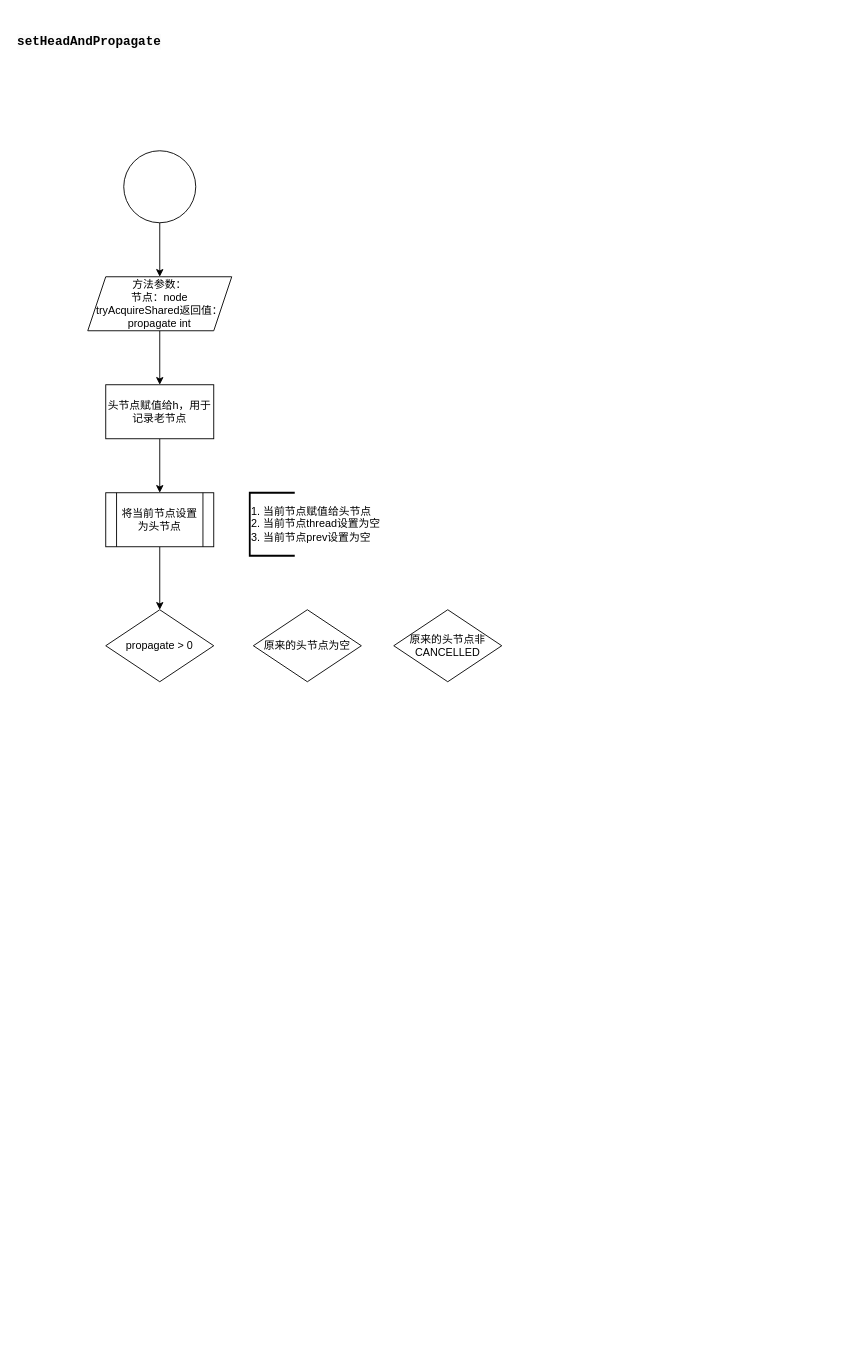
This is page "setHeadAndPropagate" (5 of 10) of src/drawio/aqs/aqs.drawio from NikolaZhang/NikolaZhang.github.io, a draw.io file, before an edit. Source tidied: cells renumbered, new cells numbered last; positions are measured from the earlier drawing's top-left corner, leaving out a move shared by most shapes. Both pictures are drawn from the tidied source at 90%, with x=0, y=0 at pixel (15, 15).
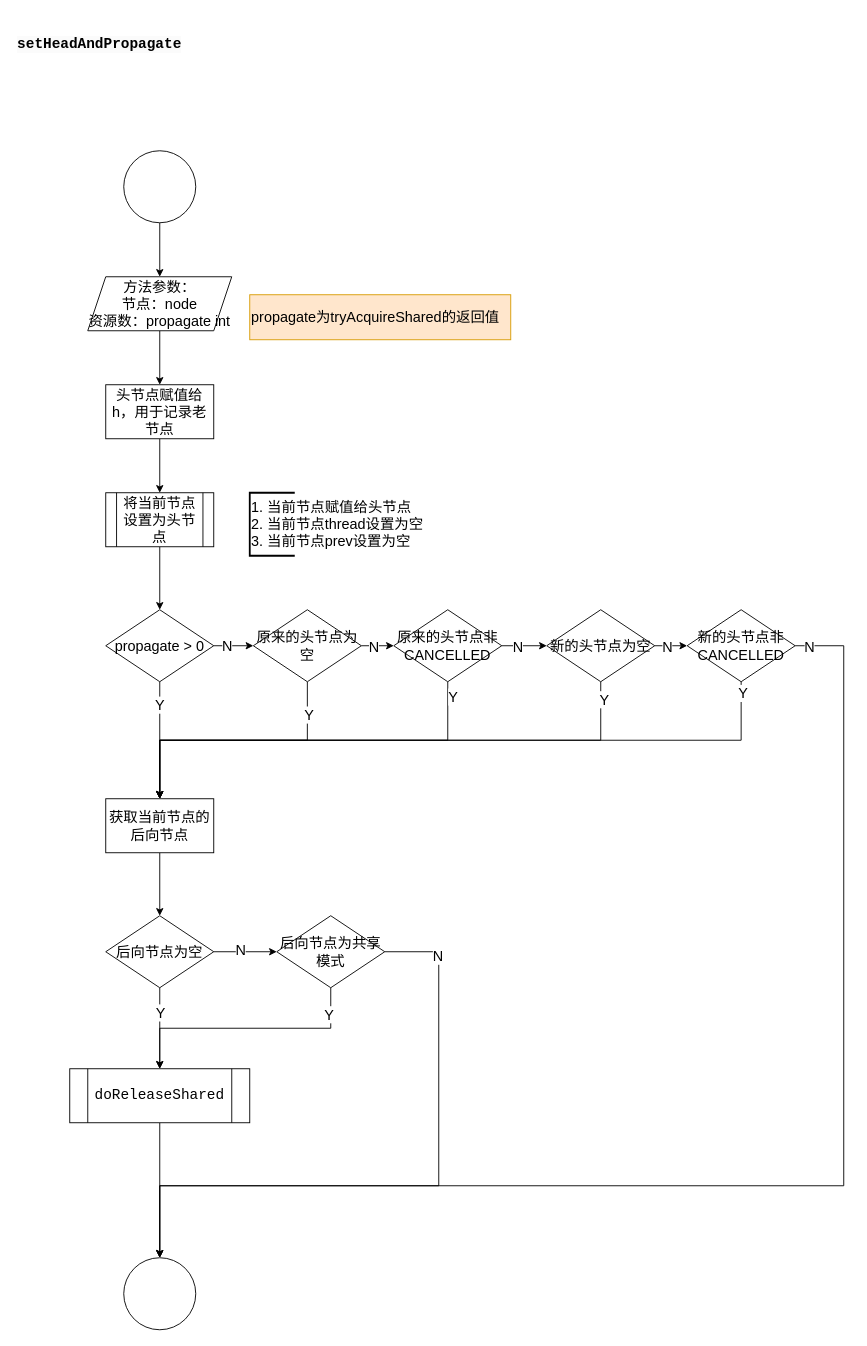
The same diagram, later.

Diff of the diagram source:
```diff
@@
-    <mxCell id="2" value="&lt;pre style=&quot;border-color: var(--border-color); color: rgb(0, 0, 0); font-style: normal; font-variant-ligatures: normal; font-variant-caps: normal; font-weight: 700; letter-spacing: normal; orphans: 2; text-align: center; text-indent: 0px; text-transform: none; widows: 2; word-spacing: 0px; -webkit-text-stroke-width: 0px; background-color: rgb(251, 251, 251); text-decoration-thickness: initial; text-decoration-style: initial; text-decoration-color: initial; font-family: &amp;quot;Fira Code Medium&amp;quot;, monospace; font-size: 10.5pt;&quot;&gt;setHeadAndPropagate&lt;/pre&gt;" style="text;whiteSpace=wrap;html=1;" parent="1" vertex="1">
+    <mxCell id="2" value="&lt;pre style=&quot;border-color: var(--border-color); color: rgb(0, 0, 0); font-style: normal; font-variant-ligatures: normal; font-variant-caps: normal; font-weight: 700; letter-spacing: normal; orphans: 2; text-align: center; text-indent: 0px; text-transform: none; widows: 2; word-spacing: 0px; -webkit-text-stroke-width: 0px; background-color: rgb(251, 251, 251); text-decoration-thickness: initial; text-decoration-style: initial; text-decoration-color: initial; font-family: &amp;quot;Fira Code Medium&amp;quot;, monospace; font-size: 16px;&quot;&gt;setHeadAndPropagate&lt;/pre&gt;" style="text;whiteSpace=wrap;html=1;fontSize=16;" parent="1" vertex="1">
       <mxGeometry width="200" height="70" as="geometry" />
     </mxCell>
-    <mxCell id="3" style="edgeStyle=orthogonalEdgeStyle;rounded=0;jettySize=auto;html=1;" parent="1" edge="1" source="4" target="6">
+    <mxCell id="3" style="edgeStyle=orthogonalEdgeStyle;rounded=0;jettySize=auto;html=1;fontSize=16;" parent="1" edge="1" source="4" target="6">
       <mxGeometry relative="1" as="geometry" />
     </mxCell>
-    <mxCell id="4" style="ellipse;whiteSpace=wrap;html=1;" parent="1" vertex="1">
+    <mxCell id="4" style="ellipse;whiteSpace=wrap;html=1;fontSize=16;" parent="1" vertex="1">
       <mxGeometry x="120" y="150" width="80" height="80" as="geometry" />
     </mxCell>
-    <mxCell id="5" style="edgeStyle=orthogonalEdgeStyle;rounded=0;jettySize=auto;html=1;" parent="1" edge="1" source="6" target="10">
+    <mxCell id="5" style="edgeStyle=orthogonalEdgeStyle;rounded=0;jettySize=auto;html=1;fontSize=16;" parent="1" edge="1" source="6" target="10">
       <mxGeometry relative="1" as="geometry" />
     </mxCell>
-    <mxCell id="6" value="方法参数：&lt;br&gt;节点：node&lt;br&gt;tryAcquireShared返回值：propagate&amp;nbsp;&lt;span style=&quot;background-color: initial;&quot;&gt;int&lt;/span&gt;" style="shape=parallelogram;perimeter=parallelogramPerimeter;whiteSpace=wrap;html=1;fixedSize=1;" parent="1" vertex="1">
+    <mxCell id="6" value="方法参数：&lt;br style=&quot;font-size: 16px;&quot;&gt;节点：node&lt;br style=&quot;font-size: 16px;&quot;&gt;资源数：propagate&amp;nbsp;&lt;span style=&quot;background-color: initial; font-size: 16px;&quot;&gt;int&lt;/span&gt;" style="shape=parallelogram;perimeter=parallelogramPerimeter;whiteSpace=wrap;html=1;fixedSize=1;fontSize=16;" parent="1" vertex="1">
       <mxGeometry x="80" y="290" width="160" height="60" as="geometry" />
     </mxCell>
-    <mxCell id="7" style="edgeStyle=orthogonalEdgeStyle;rounded=0;jettySize=auto;html=1;" parent="1" edge="1" source="8" target="12">
+    <mxCell id="7" style="edgeStyle=orthogonalEdgeStyle;rounded=0;jettySize=auto;html=1;fontSize=16;" parent="1" edge="1" source="8" target="12">
       <mxGeometry relative="1" as="geometry" />
     </mxCell>
-    <mxCell id="8" value="将当前节点设置为头节点" style="shape=process;whiteSpace=wrap;html=1;backgroundOutline=1;" parent="1" vertex="1">
+    <mxCell id="8" value="将当前节点设置为头节点" style="shape=process;whiteSpace=wrap;html=1;backgroundOutline=1;fontSize=16;" parent="1" vertex="1">
       <mxGeometry x="100" y="530" width="120" height="60" as="geometry" />
     </mxCell>
-    <mxCell id="9" style="edgeStyle=orthogonalEdgeStyle;rounded=0;jettySize=auto;html=1;" parent="1" edge="1" source="10" target="8">
+    <mxCell id="9" style="edgeStyle=orthogonalEdgeStyle;rounded=0;jettySize=auto;html=1;fontSize=16;" parent="1" edge="1" source="10" target="8">
       <mxGeometry relative="1" as="geometry" />
     </mxCell>
-    <mxCell id="10" value="头节点赋值给h，用于记录老节点" style="whiteSpace=wrap;html=1;" parent="1" vertex="1">
+    <mxCell id="10" value="头节点赋值给h，用于记录老节点" style="whiteSpace=wrap;html=1;fontSize=16;" parent="1" vertex="1">
       <mxGeometry x="100" y="410" width="120" height="60" as="geometry" />
     </mxCell>
-    <mxCell id="11" value="1. 当前节点赋值给头节点&lt;br&gt;2. 当前节点thread设置为空&lt;br&gt;3. 当前节点prev设置为空" style="strokeWidth=2;html=1;shape=mxgraph.flowchart.annotation_1;align=left;" parent="1" vertex="1">
+    <mxCell id="11" value="1. 当前节点赋值给头节点&lt;br style=&quot;font-size: 16px;&quot;&gt;2. 当前节点thread设置为空&lt;br style=&quot;font-size: 16px;&quot;&gt;3. 当前节点prev设置为空" style="strokeWidth=2;html=1;shape=mxgraph.flowchart.annotation_1;align=left;fontSize=16;" parent="1" vertex="1">
       <mxGeometry x="260" y="530" width="50" height="70" as="geometry" />
     </mxCell>
+    <mxCell id="15" style="edgeStyle=orthogonalEdgeStyle;rounded=0;jettySize=auto;html=1;fontSize=16;" parent="1" edge="1" source="12" target="29">
+      <mxGeometry relative="1" as="geometry" />
+    </mxCell>
+    <mxCell id="16" value="Y" style="edgeLabel;html=1;align=center;verticalAlign=middle;fontSize=16;" parent="15" vertex="1">
+      <mxGeometry x="-0.62" y="-1" relative="1" as="geometry" />
+    </mxCell>
+    <mxCell id="17" style="edgeStyle=orthogonalEdgeStyle;rounded=0;jettySize=auto;html=1;exitX=1;exitY=0.5;exitDx=0;exitDy=0;entryX=0;entryY=0.5;entryDx=0;entryDy=0;fontSize=16;" parent="1" edge="1" source="12" target="13">
+      <mxGeometry relative="1" as="geometry" />
+    </mxCell>
+    <mxCell id="18" value="N" style="edgeLabel;html=1;align=center;verticalAlign=middle;fontSize=16;" parent="17" vertex="1">
+      <mxGeometry x="-0.36" y="1" relative="1" as="geometry" />
+    </mxCell>
-    <mxCell id="12" value="propagate &amp;gt; 0" style="rhombus;whiteSpace=wrap;html=1;" parent="1" vertex="1">
+    <mxCell id="12" value="propagate &amp;gt; 0" style="rhombus;whiteSpace=wrap;html=1;fontSize=16;" parent="1" vertex="1">
       <mxGeometry x="100" y="660" width="120" height="80" as="geometry" />
     </mxCell>
+    <mxCell id="19" style="edgeStyle=orthogonalEdgeStyle;rounded=0;jettySize=auto;html=1;exitX=0.5;exitY=1;exitDx=0;exitDy=0;entryX=0.5;entryY=0;entryDx=0;entryDy=0;fontSize=16;" parent="1" edge="1" source="13" target="29">
+      <mxGeometry relative="1" as="geometry" />
+    </mxCell>
+    <mxCell id="20" value="Y" style="edgeLabel;html=1;align=center;verticalAlign=middle;fontSize=16;" parent="19" vertex="1">
+      <mxGeometry x="-0.61" y="-4" relative="1" as="geometry">
+        <mxPoint x="5" y="-21" as="offset" />
+      </mxGeometry>
+    </mxCell>
+    <mxCell id="21" style="edgeStyle=orthogonalEdgeStyle;rounded=0;jettySize=auto;html=1;exitX=1;exitY=0.5;exitDx=0;exitDy=0;entryX=0;entryY=0.5;entryDx=0;entryDy=0;fontSize=16;" parent="1" edge="1" source="13" target="14">
+      <mxGeometry relative="1" as="geometry" />
+    </mxCell>
+    <mxCell id="22" value="N" style="edgeLabel;html=1;align=center;verticalAlign=middle;fontSize=16;" parent="21" vertex="1">
+      <mxGeometry x="-0.28" y="-1" relative="1" as="geometry" />
+    </mxCell>
-    <mxCell id="13" value="原来的头节点为空" style="rhombus;whiteSpace=wrap;html=1;" parent="1" vertex="1">
+    <mxCell id="13" value="原来的头节点为空" style="rhombus;whiteSpace=wrap;html=1;fontSize=16;" parent="1" vertex="1">
       <mxGeometry x="264" y="660" width="120" height="80" as="geometry" />
     </mxCell>
+    <mxCell id="23" style="edgeStyle=orthogonalEdgeStyle;rounded=0;jettySize=auto;html=1;exitX=0.5;exitY=1;exitDx=0;exitDy=0;entryX=0.5;entryY=0;entryDx=0;entryDy=0;fontSize=16;" parent="1" edge="1" source="14" target="29">
+      <mxGeometry relative="1" as="geometry" />
+    </mxCell>
+    <mxCell id="24" value="Y" style="edgeLabel;html=1;align=center;verticalAlign=middle;fontSize=16;" parent="23" vertex="1">
+      <mxGeometry x="-0.93" y="5" relative="1" as="geometry" />
+    </mxCell>
+    <mxCell id="25" style="edgeStyle=orthogonalEdgeStyle;rounded=0;jettySize=auto;html=1;exitX=1;exitY=0.5;exitDx=0;exitDy=0;entryX=0;entryY=0.5;entryDx=0;entryDy=0;fontSize=16;" parent="1" edge="1" source="14" target="34">
+      <mxGeometry relative="1" as="geometry" />
+    </mxCell>
+    <mxCell id="26" value="N" style="edgeLabel;html=1;align=center;verticalAlign=middle;fontSize=16;" parent="25" vertex="1">
+      <mxGeometry x="-0.32" relative="1" as="geometry" />
+    </mxCell>
-    <mxCell id="14" value="原来的头节点非CANCELLED" style="rhombus;whiteSpace=wrap;html=1;" parent="1" vertex="1">
+    <mxCell id="14" value="原来的头节点非CANCELLED" style="rhombus;whiteSpace=wrap;html=1;fontSize=16;" parent="1" vertex="1">
       <mxGeometry x="420" y="660" width="120" height="80" as="geometry" />
     </mxCell>
+    <mxCell id="27" value="&lt;span style=&quot;color: rgb(0, 0, 0); font-family: Helvetica; font-size: 16px; font-style: normal; font-variant-ligatures: normal; font-variant-caps: normal; font-weight: 400; letter-spacing: normal; orphans: 2; text-indent: 0px; text-transform: none; widows: 2; word-spacing: 0px; -webkit-text-stroke-width: 0px; text-decoration-thickness: initial; text-decoration-style: initial; text-decoration-color: initial; float: none; display: inline !important;&quot;&gt;propagate为&lt;/span&gt;tryAcquireShared的返回值" style="text;html=1;align=left;verticalAlign=middle;whiteSpace=wrap;rounded=0;fontSize=16;fillColor=#ffe6cc;strokeColor=#d79b00;" parent="1" vertex="1">
+      <mxGeometry x="260" y="310" width="290" height="50" as="geometry" />
+    </mxCell>
+    <mxCell id="28" style="edgeStyle=orthogonalEdgeStyle;rounded=0;jettySize=auto;html=1;fontSize=16;" parent="1" edge="1" source="29" target="44">
+      <mxGeometry relative="1" as="geometry" />
+    </mxCell>
+    <mxCell id="29" value="获取当前节点的后向节点" style="whiteSpace=wrap;html=1;fontSize=16;" parent="1" vertex="1">
+      <mxGeometry x="100" y="870" width="120" height="60" as="geometry" />
+    </mxCell>
+    <mxCell id="30" style="edgeStyle=orthogonalEdgeStyle;rounded=0;jettySize=auto;html=1;exitX=1;exitY=0.5;exitDx=0;exitDy=0;entryX=0;entryY=0.5;entryDx=0;entryDy=0;fontSize=16;" parent="1" edge="1" source="34" target="39">
+      <mxGeometry relative="1" as="geometry" />
+    </mxCell>
+    <mxCell id="31" value="N" style="edgeLabel;html=1;align=center;verticalAlign=middle;fontSize=16;" parent="30" vertex="1">
+      <mxGeometry x="-0.28" y="-1" relative="1" as="geometry" />
+    </mxCell>
+    <mxCell id="32" style="edgeStyle=orthogonalEdgeStyle;rounded=0;jettySize=auto;html=1;exitX=0.5;exitY=1;exitDx=0;exitDy=0;entryX=0.5;entryY=0;entryDx=0;entryDy=0;fontSize=16;" parent="1" edge="1" source="34" target="29">
+      <mxGeometry relative="1" as="geometry" />
+    </mxCell>
+    <mxCell id="33" value="Y" style="edgeLabel;html=1;align=center;verticalAlign=middle;fontSize=16;" parent="32" vertex="1">
+      <mxGeometry x="-0.94" y="3" relative="1" as="geometry" />
+    </mxCell>
+    <mxCell id="34" value="新的头节点为空" style="rhombus;whiteSpace=wrap;html=1;fontSize=16;" parent="1" vertex="1">
+      <mxGeometry x="590" y="660" width="120" height="80" as="geometry" />
+    </mxCell>
+    <mxCell id="35" style="edgeStyle=orthogonalEdgeStyle;rounded=0;jettySize=auto;html=1;exitX=0.5;exitY=1;exitDx=0;exitDy=0;entryX=0.5;entryY=0;entryDx=0;entryDy=0;fontSize=16;" parent="1" edge="1" source="39" target="29">
+      <mxGeometry relative="1" as="geometry" />
+    </mxCell>
+    <mxCell id="36" value="Y" style="edgeLabel;html=1;align=center;verticalAlign=middle;fontSize=16;" parent="35" vertex="1">
+      <mxGeometry x="-0.97" y="1" relative="1" as="geometry" />
+    </mxCell>
+    <mxCell id="37" style="edgeStyle=orthogonalEdgeStyle;rounded=0;jettySize=auto;html=1;exitX=1;exitY=0.5;exitDx=0;exitDy=0;entryX=0.5;entryY=0;entryDx=0;entryDy=0;fontSize=16;" parent="1" edge="1" source="39" target="52">
+      <mxGeometry relative="1" as="geometry">
+        <Array as="points">
+          <mxPoint x="920" y="700" />
+          <mxPoint x="920" y="1300" />
+          <mxPoint x="160" y="1300" />
+        </Array>
+      </mxGeometry>
+    </mxCell>
+    <mxCell id="38" value="N" style="edgeLabel;html=1;align=center;verticalAlign=middle;fontSize=16;" parent="37" vertex="1">
+      <mxGeometry x="-0.98" y="-1" relative="1" as="geometry" />
+    </mxCell>
+    <mxCell id="39" value="新的头节点非CANCELLED" style="rhombus;whiteSpace=wrap;html=1;fontSize=16;" parent="1" vertex="1">
+      <mxGeometry x="746" y="660" width="120" height="80" as="geometry" />
+    </mxCell>
+    <mxCell id="40" style="edgeStyle=orthogonalEdgeStyle;rounded=0;jettySize=auto;html=1;fontSize=16;" parent="1" edge="1" source="44" target="49">
+      <mxGeometry relative="1" as="geometry" />
+    </mxCell>
+    <mxCell id="41" value="N" style="edgeLabel;html=1;align=center;verticalAlign=middle;fontSize=16;" parent="40" vertex="1">
+      <mxGeometry x="-0.17" y="3" relative="1" as="geometry" />
+    </mxCell>
+    <mxCell id="42" style="edgeStyle=orthogonalEdgeStyle;rounded=0;jettySize=auto;html=1;fontSize=16;" parent="1" edge="1" source="44" target="51">
+      <mxGeometry relative="1" as="geometry" />
+    </mxCell>
+    <mxCell id="43" value="Y" style="edgeLabel;html=1;align=center;verticalAlign=middle;fontSize=16;" parent="42" vertex="1">
+      <mxGeometry x="-0.4" relative="1" as="geometry" />
+    </mxCell>
+    <mxCell id="44" value="后向节点为空" style="rhombus;whiteSpace=wrap;html=1;fontSize=16;" parent="1" vertex="1">
+      <mxGeometry x="100" y="1000" width="120" height="80" as="geometry" />
+    </mxCell>
+    <mxCell id="45" style="edgeStyle=orthogonalEdgeStyle;rounded=0;jettySize=auto;html=1;exitX=0.5;exitY=1;exitDx=0;exitDy=0;entryX=0.5;entryY=0;entryDx=0;entryDy=0;fontSize=16;" parent="1" edge="1" source="49" target="51">
+      <mxGeometry relative="1" as="geometry" />
+    </mxCell>
+    <mxCell id="46" value="Y" style="edgeLabel;html=1;align=center;verticalAlign=middle;fontSize=16;" parent="45" vertex="1">
+      <mxGeometry x="-0.79" y="-3" relative="1" as="geometry" />
+    </mxCell>
+    <mxCell id="47" style="edgeStyle=orthogonalEdgeStyle;rounded=0;jettySize=auto;html=1;exitX=1;exitY=0.5;exitDx=0;exitDy=0;entryX=0.5;entryY=0;entryDx=0;entryDy=0;fontSize=16;" parent="1" edge="1" source="49" target="52">
+      <mxGeometry relative="1" as="geometry">
+        <Array as="points">
+          <mxPoint x="470" y="1040" />
+          <mxPoint x="470" y="1300" />
+          <mxPoint x="160" y="1300" />
+        </Array>
+      </mxGeometry>
+    </mxCell>
+    <mxCell id="48" value="N" style="edgeLabel;html=1;align=center;verticalAlign=middle;fontSize=16;" parent="47" vertex="1">
+      <mxGeometry x="-0.82" y="-2" relative="1" as="geometry" />
+    </mxCell>
+    <mxCell id="49" value="后向节点为共享模式" style="rhombus;whiteSpace=wrap;html=1;fontSize=16;" parent="1" vertex="1">
+      <mxGeometry x="290" y="1000" width="120" height="80" as="geometry" />
+    </mxCell>
+    <mxCell id="50" style="edgeStyle=orthogonalEdgeStyle;rounded=0;jettySize=auto;html=1;fontSize=16;" parent="1" edge="1" source="51" target="52">
+      <mxGeometry relative="1" as="geometry" />
+    </mxCell>
+    <mxCell id="51" value="&lt;div style=&quot;font-size: 16px;&quot;&gt;&lt;pre style=&quot;font-family: &amp;quot;Fira Code Medium&amp;quot;, monospace; font-size: 16px;&quot;&gt;doReleaseShared&lt;/pre&gt;&lt;/div&gt;" style="whiteSpace=wrap;html=1;shape=process;backgroundOutline=1;fontSize=16;" parent="1" vertex="1">
+      <mxGeometry x="60" y="1170" width="200" height="60" as="geometry" />
+    </mxCell>
+    <mxCell id="52" style="ellipse;whiteSpace=wrap;html=1;fontSize=16;" parent="1" vertex="1">
+      <mxGeometry x="120" y="1380" width="80" height="80" as="geometry" />
+    </mxCell>
```
